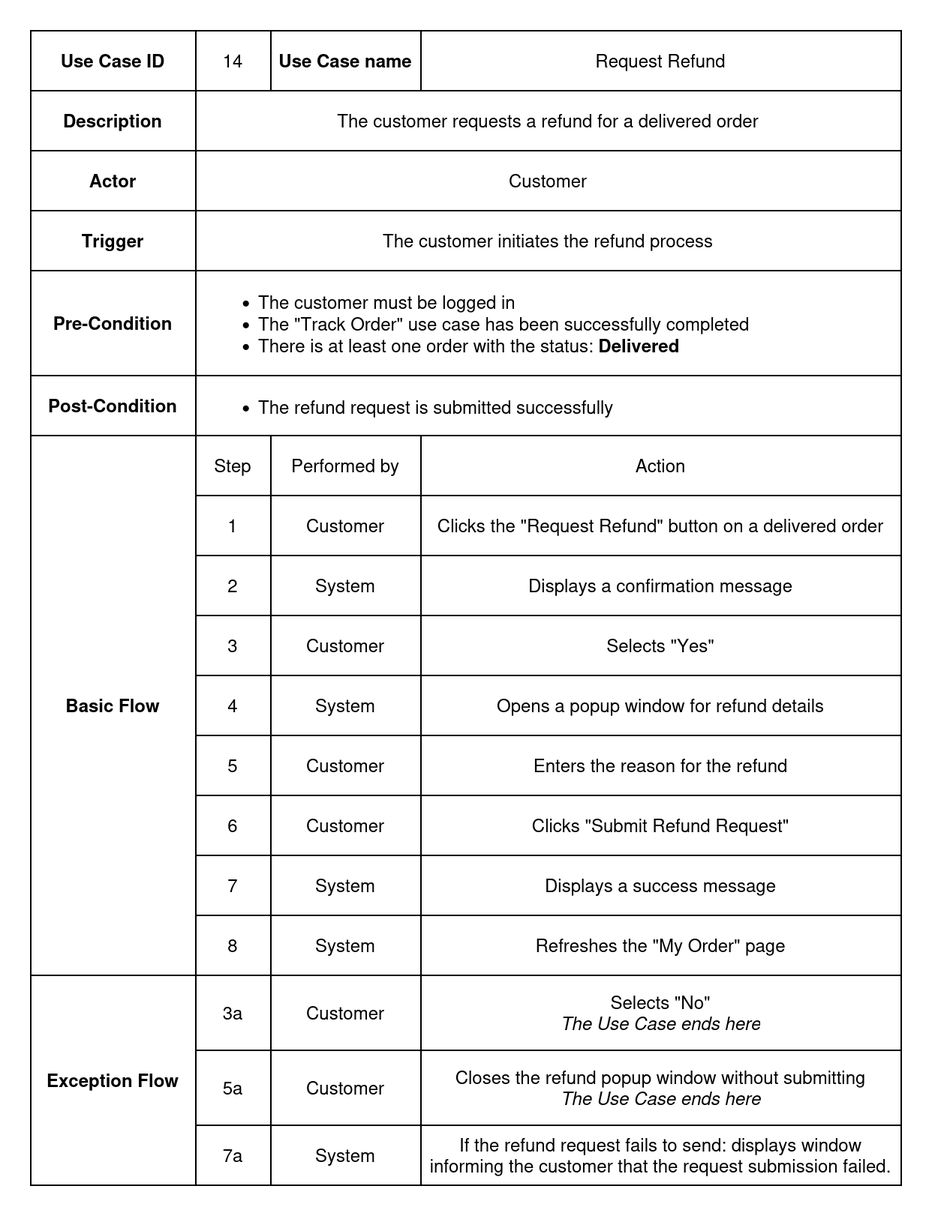
This is documentation/Images/usecase_metadata_card/uc_14_request_refund.drawio.png from auphong2707/itse-laptopshop-management-web-application, a draw.io export, as it was before one commit. Source tidied: cells renumbered, new cells last; positions are measured from the earlier drawing's top-left corner, leaving out a move shared by most shapes.
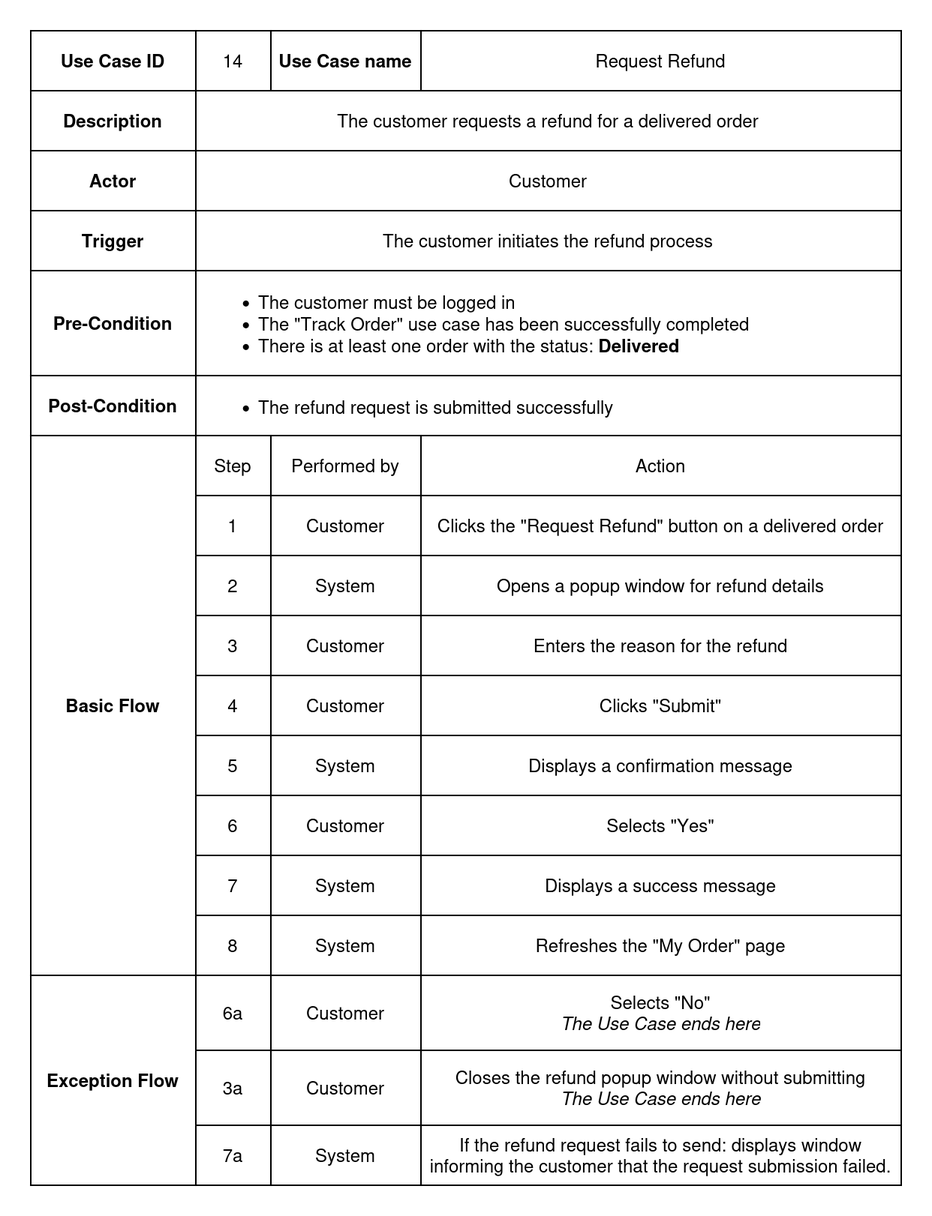
Above is the later version.

Change to the diagram source:
```diff
@@ -101,7 +101,7 @@
     <mxCell id="34" value="System" style="shape=partialRectangle;html=1;whiteSpace=wrap;strokeColor=inherit;overflow=hidden;fillColor=none;top=0;left=0;bottom=0;right=0;" parent="32" vertex="1">
       <mxGeometry x="160" width="100" height="40" as="geometry" />
     </mxCell>
-    <mxCell id="35" value="Displays a confirmation message" style="shape=partialRectangle;html=1;whiteSpace=wrap;strokeColor=inherit;overflow=hidden;fillColor=none;top=0;left=0;bottom=0;right=0;fontStyle=0;" parent="32" vertex="1">
+    <mxCell id="35" value="Opens a popup window for refund details" style="shape=partialRectangle;html=1;whiteSpace=wrap;strokeColor=inherit;overflow=hidden;fillColor=none;top=0;left=0;bottom=0;right=0;fontStyle=0;" parent="32" vertex="1">
       <mxGeometry x="260" width="320" height="40" as="geometry" />
     </mxCell>
     <mxCell id="36" style="shape=tableRow;horizontal=0;startSize=0;swimlaneHead=0;swimlaneBody=0;strokeColor=inherit;top=0;left=0;bottom=0;right=0;fillColor=none;" parent="2" vertex="1">
@@ -113,7 +113,7 @@
     <mxCell id="38" value="Customer" style="shape=partialRectangle;html=1;whiteSpace=wrap;strokeColor=inherit;overflow=hidden;fillColor=none;top=0;left=0;bottom=0;right=0;" parent="36" vertex="1">
       <mxGeometry x="160" width="100" height="40" as="geometry" />
     </mxCell>
-    <mxCell id="39" value="Selects &lt;span&gt;&quot;Yes&quot;&lt;/span&gt;" style="shape=partialRectangle;html=1;whiteSpace=wrap;strokeColor=inherit;overflow=hidden;fillColor=none;top=0;left=0;bottom=0;right=0;" parent="36" vertex="1">
+    <mxCell id="39" value="Enters the reason for the refund" style="shape=partialRectangle;html=1;whiteSpace=wrap;strokeColor=inherit;overflow=hidden;fillColor=none;top=0;left=0;bottom=0;right=0;" parent="36" vertex="1">
       <mxGeometry x="260" width="320" height="40" as="geometry" />
     </mxCell>
     <mxCell id="40" style="shape=tableRow;horizontal=0;startSize=0;swimlaneHead=0;swimlaneBody=0;strokeColor=inherit;top=0;left=0;bottom=0;right=0;fillColor=none;" parent="2" vertex="1">
@@ -122,10 +122,10 @@
     <mxCell id="41" value="4" style="shape=partialRectangle;html=1;whiteSpace=wrap;strokeColor=inherit;overflow=hidden;fillColor=none;top=0;left=0;bottom=0;right=0;" parent="40" vertex="1">
       <mxGeometry x="110" width="50" height="40" as="geometry" />
     </mxCell>
-    <mxCell id="42" value="System" style="shape=partialRectangle;html=1;whiteSpace=wrap;strokeColor=inherit;overflow=hidden;fillColor=none;top=0;left=0;bottom=0;right=0;" parent="40" vertex="1">
+    <mxCell id="42" value="Customer" style="shape=partialRectangle;html=1;whiteSpace=wrap;strokeColor=inherit;overflow=hidden;fillColor=none;top=0;left=0;bottom=0;right=0;" parent="40" vertex="1">
       <mxGeometry x="160" width="100" height="40" as="geometry" />
     </mxCell>
-    <mxCell id="43" value="Opens a popup window for refund details" style="shape=partialRectangle;html=1;whiteSpace=wrap;strokeColor=inherit;overflow=hidden;fillColor=none;top=0;left=0;bottom=0;right=0;" parent="40" vertex="1">
+    <mxCell id="43" value="Clicks &lt;span&gt;&quot;Submit&quot;&lt;/span&gt;" style="shape=partialRectangle;html=1;whiteSpace=wrap;strokeColor=inherit;overflow=hidden;fillColor=none;top=0;left=0;bottom=0;right=0;" parent="40" vertex="1">
       <mxGeometry x="260" width="320" height="40" as="geometry" />
     </mxCell>
     <mxCell id="44" style="shape=tableRow;horizontal=0;startSize=0;swimlaneHead=0;swimlaneBody=0;strokeColor=inherit;top=0;left=0;bottom=0;right=0;fillColor=none;" parent="2" vertex="1">
@@ -134,10 +134,10 @@
     <mxCell id="45" value="5" style="shape=partialRectangle;html=1;whiteSpace=wrap;strokeColor=inherit;overflow=hidden;fillColor=none;top=0;left=0;bottom=0;right=0;" parent="44" vertex="1">
       <mxGeometry x="110" width="50" height="40" as="geometry" />
     </mxCell>
-    <mxCell id="46" value="Customer" style="shape=partialRectangle;html=1;whiteSpace=wrap;strokeColor=inherit;overflow=hidden;fillColor=none;top=0;left=0;bottom=0;right=0;" parent="44" vertex="1">
+    <mxCell id="46" value="&lt;div&gt;System&lt;/div&gt;" style="shape=partialRectangle;html=1;whiteSpace=wrap;strokeColor=inherit;overflow=hidden;fillColor=none;top=0;left=0;bottom=0;right=0;" parent="44" vertex="1">
       <mxGeometry x="160" width="100" height="40" as="geometry" />
     </mxCell>
-    <mxCell id="47" value="Enters the reason for the refund" style="shape=partialRectangle;html=1;whiteSpace=wrap;strokeColor=inherit;overflow=hidden;fillColor=none;top=0;left=0;bottom=0;right=0;" parent="44" vertex="1">
+    <mxCell id="47" value="Displays a confirmation message" style="shape=partialRectangle;html=1;whiteSpace=wrap;strokeColor=inherit;overflow=hidden;fillColor=none;top=0;left=0;bottom=0;right=0;" parent="44" vertex="1">
       <mxGeometry x="260" width="320" height="40" as="geometry" />
     </mxCell>
     <mxCell id="48" style="shape=tableRow;horizontal=0;startSize=0;swimlaneHead=0;swimlaneBody=0;strokeColor=inherit;top=0;left=0;bottom=0;right=0;fillColor=none;" parent="2" vertex="1">
@@ -149,7 +149,7 @@
     <mxCell id="50" value="Customer" style="shape=partialRectangle;html=1;whiteSpace=wrap;strokeColor=inherit;overflow=hidden;fillColor=none;top=0;left=0;bottom=0;right=0;" parent="48" vertex="1">
       <mxGeometry x="160" width="100" height="40" as="geometry" />
     </mxCell>
-    <mxCell id="51" value="Clicks &lt;span&gt;&quot;Submit Refund Request&quot;&lt;/span&gt;" style="shape=partialRectangle;html=1;whiteSpace=wrap;strokeColor=inherit;overflow=hidden;fillColor=none;top=0;left=0;bottom=0;right=0;" parent="48" vertex="1">
+    <mxCell id="51" value="Selects &lt;span&gt;&quot;Yes&quot;&lt;/span&gt;" style="shape=partialRectangle;html=1;whiteSpace=wrap;strokeColor=inherit;overflow=hidden;fillColor=none;top=0;left=0;bottom=0;right=0;" parent="48" vertex="1">
       <mxGeometry x="260" width="320" height="40" as="geometry" />
     </mxCell>
     <mxCell id="52" style="shape=tableRow;horizontal=0;startSize=0;swimlaneHead=0;swimlaneBody=0;strokeColor=inherit;top=0;left=0;bottom=0;right=0;fillColor=none;" parent="2" vertex="1">
@@ -182,7 +182,7 @@
     <mxCell id="61" value="Exception Flow" style="shape=partialRectangle;html=1;whiteSpace=wrap;strokeColor=inherit;overflow=hidden;fillColor=none;top=0;left=0;bottom=0;right=0;fontStyle=1;rowspan=3;colspan=1;" parent="60" vertex="1">
       <mxGeometry width="110" height="140" as="geometry" />
     </mxCell>
-    <mxCell id="62" value="3a" style="shape=partialRectangle;html=1;whiteSpace=wrap;strokeColor=inherit;overflow=hidden;fillColor=none;top=0;left=0;bottom=0;right=0;" parent="60" vertex="1">
+    <mxCell id="62" value="6a" style="shape=partialRectangle;html=1;whiteSpace=wrap;strokeColor=inherit;overflow=hidden;fillColor=none;top=0;left=0;bottom=0;right=0;" parent="60" vertex="1">
       <mxGeometry x="110" width="50" height="50" as="geometry" />
     </mxCell>
     <mxCell id="63" value="Customer" style="shape=partialRectangle;html=1;whiteSpace=wrap;strokeColor=inherit;overflow=hidden;fillColor=none;top=0;left=0;bottom=0;right=0;" parent="60" vertex="1">
@@ -194,7 +194,7 @@
     <mxCell id="65" style="shape=tableRow;horizontal=0;startSize=0;swimlaneHead=0;swimlaneBody=0;strokeColor=inherit;top=0;left=0;bottom=0;right=0;fillColor=none;" parent="2" vertex="1">
       <mxGeometry y="680" width="580" height="50" as="geometry" />
     </mxCell>
-    <mxCell id="66" value="5a" style="shape=partialRectangle;html=1;whiteSpace=wrap;strokeColor=inherit;overflow=hidden;fillColor=none;top=0;left=0;bottom=0;right=0;" parent="65" vertex="1">
+    <mxCell id="66" value="3a" style="shape=partialRectangle;html=1;whiteSpace=wrap;strokeColor=inherit;overflow=hidden;fillColor=none;top=0;left=0;bottom=0;right=0;" parent="65" vertex="1">
       <mxGeometry x="110" width="50" height="50" as="geometry" />
     </mxCell>
     <mxCell id="67" value="Customer" style="shape=partialRectangle;html=1;whiteSpace=wrap;strokeColor=inherit;overflow=hidden;fillColor=none;top=0;left=0;bottom=0;right=0;" parent="65" vertex="1">
```
